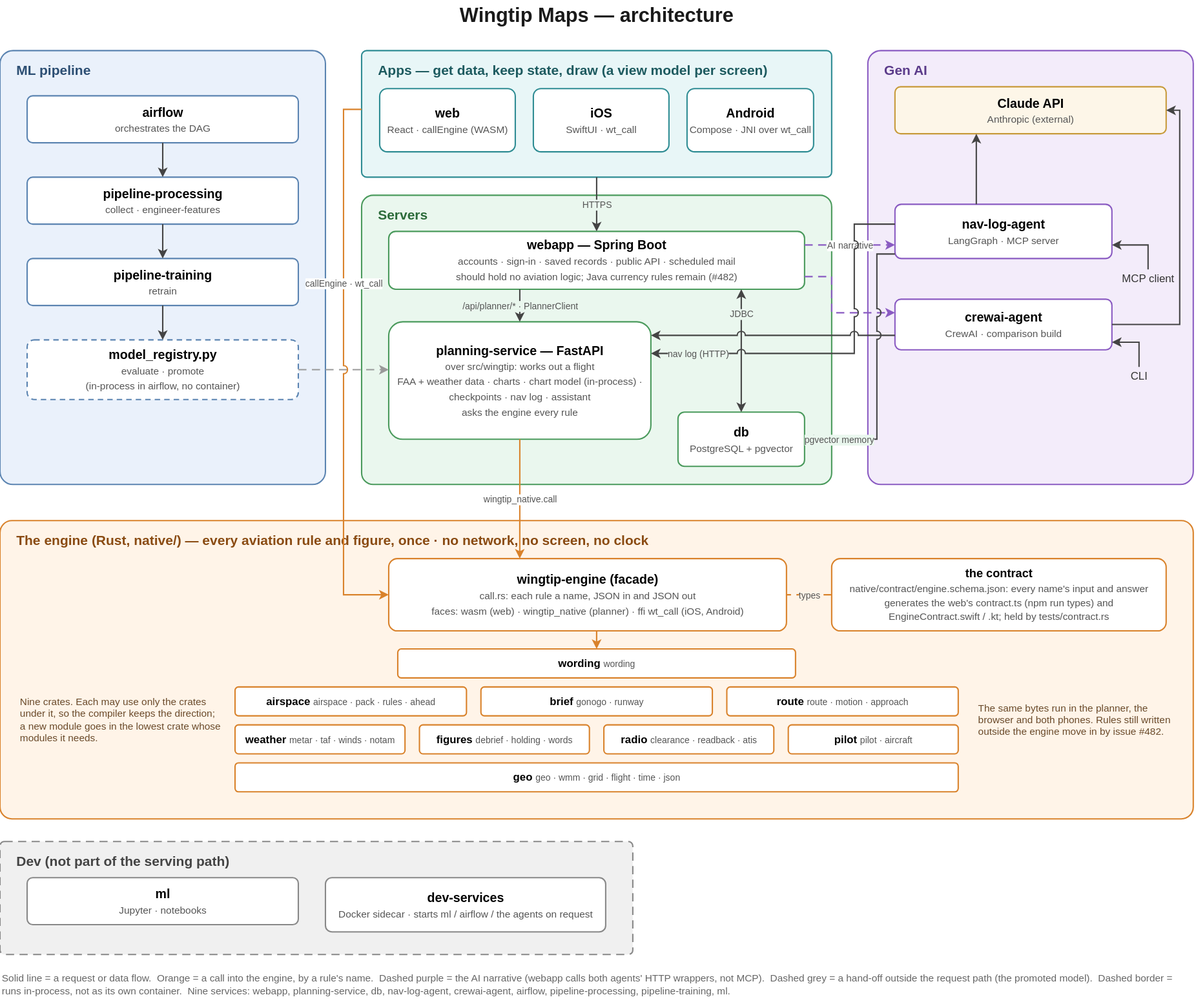
Before: docs/architecture-current.svg, a diagram exported from draw.io (asdaq-samir/flight_plan). Source tidied: cells renumbered, new cells last; positions are measured from the earlier drawing's top-left corner, leaving out a move shared by most shapes.
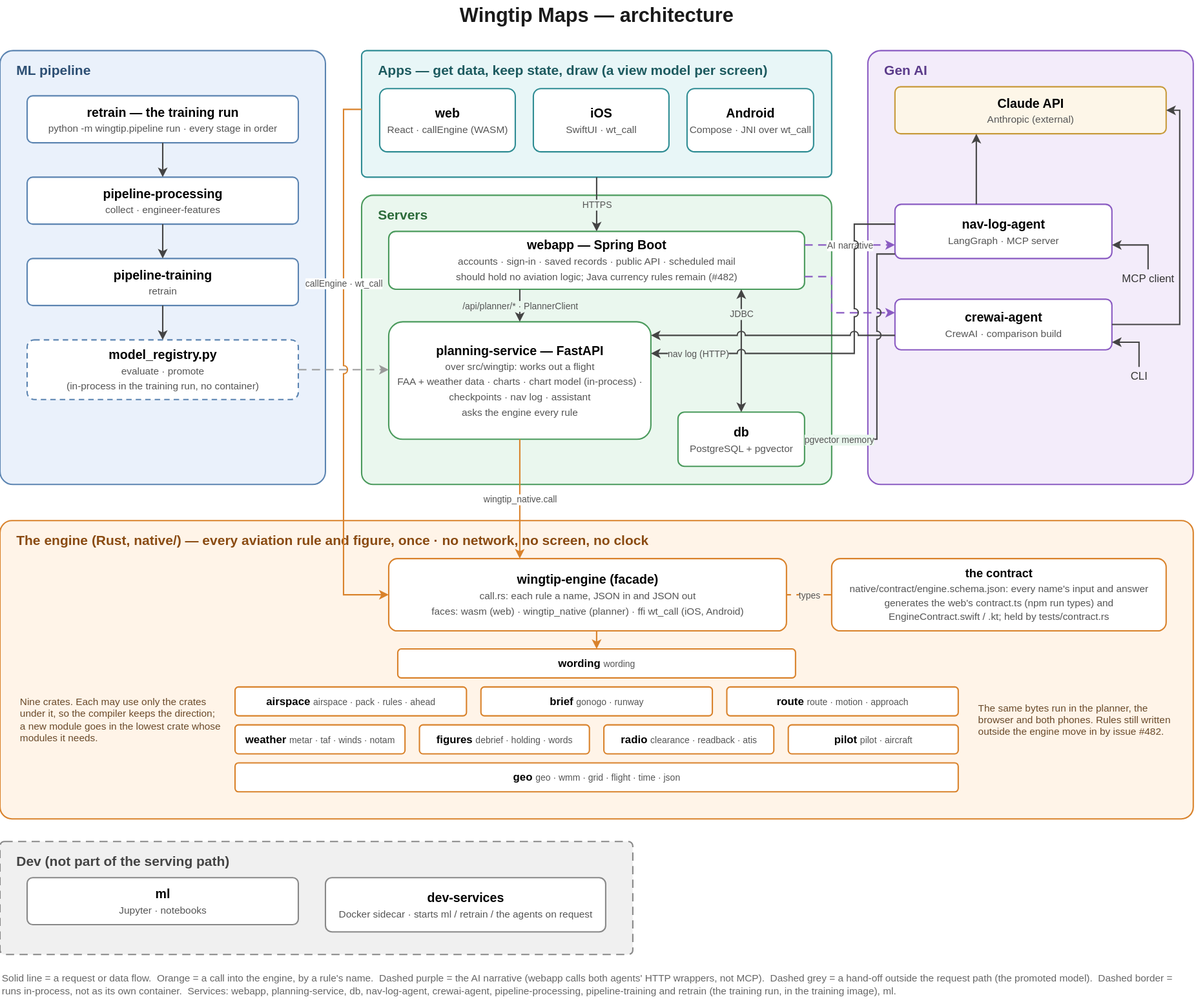
After the change.

What changed in the source:
```diff
@@ -23,16 +23,16 @@
     <mxCell id="8" value="Dev (not part of the serving path)" style="rounded=1;arcSize=4;whiteSpace=wrap;html=1;fillColor=#F0F0F0;strokeColor=#888888;strokeWidth=1.5;verticalAlign=top;align=left;spacingLeft=16;spacingTop=6;fontSize=15;fontStyle=1;fontColor=#444444;dashed=1;dashPattern=6 4;" parent="1" vertex="1">
       <mxGeometry y="931" width="700" height="125" as="geometry" />
     </mxCell>
-    <mxCell id="9" value="&lt;b&gt;airflow&lt;/b&gt;&lt;br&gt;&lt;span style=&quot;font-size:11px;color:#555555;&quot;&gt;orchestrates the DAG&lt;/span&gt;" style="rounded=1;arcSize=12;whiteSpace=wrap;html=1;fillColor=#FFFFFF;strokeColor=#5B84B1;strokeWidth=1.5;fontSize=14;" parent="1" vertex="1">
-      <mxGeometry x="30" y="106" width="300" height="52" as="geometry" />
-    </mxCell>
+    <mxCell id="60" value="&lt;b&gt;retrain — the training run&lt;/b&gt;&lt;br&gt;&lt;span style=&quot;font-size:11px;color:#555555;&quot;&gt;python -m wingtip.pipeline run · every stage in order&lt;/span&gt;" style="rounded=1;arcSize=12;whiteSpace=wrap;html=1;fillColor=#FFFFFF;strokeColor=#5B84B1;strokeWidth=1.5;fontSize=14;" parent="1" vertex="1">
+      <mxGeometry x="30" y="106" width="300" height="52" as="geometry" />
+    </mxCell>
     <mxCell id="10" value="&lt;b&gt;pipeline-processing&lt;/b&gt;&lt;br&gt;&lt;span style=&quot;font-size:11px;color:#555555;&quot;&gt;collect · engineer-features&lt;/span&gt;" style="rounded=1;arcSize=12;whiteSpace=wrap;html=1;fillColor=#FFFFFF;strokeColor=#5B84B1;strokeWidth=1.5;fontSize=14;" parent="1" vertex="1">
       <mxGeometry x="30" y="196" width="300" height="52" as="geometry" />
     </mxCell>
     <mxCell id="11" value="&lt;b&gt;pipeline-training&lt;/b&gt;&lt;br&gt;&lt;span style=&quot;font-size:11px;color:#555555;&quot;&gt;retrain&lt;/span&gt;" style="rounded=1;arcSize=12;whiteSpace=wrap;html=1;fillColor=#FFFFFF;strokeColor=#5B84B1;strokeWidth=1.5;fontSize=14;" parent="1" vertex="1">
       <mxGeometry x="30" y="286" width="300" height="52" as="geometry" />
     </mxCell>
-    <mxCell id="12" value="&lt;b&gt;model_registry.py&lt;/b&gt;&lt;br&gt;&lt;span style=&quot;font-size:11px;color:#555555;&quot;&gt;evaluate · promote&lt;/span&gt;&lt;br&gt;&lt;span style=&quot;font-size:11px;color:#555555;&quot;&gt;(in-process in airflow, no container)&lt;/span&gt;" style="rounded=1;arcSize=12;whiteSpace=wrap;html=1;fillColor=#FFFFFF;strokeColor=#5B84B1;strokeWidth=1.5;fontSize=14;dashed=1;dashPattern=4 3;" parent="1" vertex="1">
+    <mxCell id="12" value="&lt;b&gt;model_registry.py&lt;/b&gt;&lt;br&gt;&lt;span style=&quot;font-size:11px;color:#555555;&quot;&gt;evaluate · promote&lt;/span&gt;&lt;br&gt;&lt;span style=&quot;font-size:11px;color:#555555;&quot;&gt;(in-process in the training run, no container)&lt;/span&gt;" style="rounded=1;arcSize=12;whiteSpace=wrap;html=1;fillColor=#FFFFFF;strokeColor=#5B84B1;strokeWidth=1.5;fontSize=14;dashed=1;dashPattern=4 3;" parent="1" vertex="1">
       <mxGeometry x="30" y="376" width="300" height="66" as="geometry" />
     </mxCell>
     <mxCell id="13" value="&lt;b&gt;web&lt;/b&gt;&lt;br&gt;&lt;span style=&quot;font-size:11px;color:#555555;&quot;&gt;React · callEngine (WASM)&lt;/span&gt;" style="rounded=1;arcSize=12;whiteSpace=wrap;html=1;fillColor=#FFFFFF;strokeColor=#2E8C93;strokeWidth=1.5;fontSize=14;" parent="1" vertex="1">
@@ -110,12 +110,12 @@
     <mxCell id="37" value="&lt;b&gt;ml&lt;/b&gt;&lt;br&gt;&lt;span style=&quot;font-size:11px;color:#555555;&quot;&gt;Jupyter · notebooks&lt;/span&gt;" style="rounded=1;arcSize=12;whiteSpace=wrap;html=1;fillColor=#FFFFFF;strokeColor=#888888;strokeWidth=1.5;fontSize=14;" parent="1" vertex="1">
       <mxGeometry x="30" y="971" width="300" height="52" as="geometry" />
     </mxCell>
-    <mxCell id="38" value="&lt;b&gt;dev-services&lt;/b&gt;&lt;br&gt;&lt;span style=&quot;font-size:11px;color:#555555;&quot;&gt;Docker sidecar · starts ml / airflow / the agents on request&lt;/span&gt;" style="rounded=1;arcSize=12;whiteSpace=wrap;html=1;fillColor=#FFFFFF;strokeColor=#888888;strokeWidth=1.5;fontSize=14;" parent="1" vertex="1">
+    <mxCell id="38" value="&lt;b&gt;dev-services&lt;/b&gt;&lt;br&gt;&lt;span style=&quot;font-size:11px;color:#555555;&quot;&gt;Docker sidecar · starts ml / retrain / the agents on request&lt;/span&gt;" style="rounded=1;arcSize=12;whiteSpace=wrap;html=1;fillColor=#FFFFFF;strokeColor=#888888;strokeWidth=1.5;fontSize=14;" parent="1" vertex="1">
       <mxGeometry x="360" y="971" width="310" height="60" as="geometry" />
     </mxCell>
-    <mxCell id="39" style="edgeStyle=orthogonalEdgeStyle;rounded=0;html=1;jumpStyle=arc;jumpSize=8;strokeColor=#444444;strokeWidth=1.5;exitX=0.5000;exitY=1.0000;exitDx=0;exitDy=0;entryX=0.5000;entryY=0.0000;entryDx=0;entryDy=0;fontSize=10;fontColor=#555555;labelBackgroundColor=#FFFFFF;endArrow=classic;endFill=1;" parent="1" edge="1" source="9" target="10">
-      <mxGeometry relative="1" as="geometry" />
-    </mxCell>
+    <mxCell id="61" style="edgeStyle=orthogonalEdgeStyle;rounded=0;html=1;jumpStyle=arc;jumpSize=8;strokeColor=#444444;strokeWidth=1.5;exitX=0.5000;exitY=1.0000;exitDx=0;exitDy=0;entryX=0.5000;entryY=0.0000;entryDx=0;entryDy=0;fontSize=10;fontColor=#555555;labelBackgroundColor=#FFFFFF;endArrow=classic;endFill=1;" parent="1" edge="1" source="60" target="10">
+      <mxGeometry relative="1" as="geometry" />
+    </mxCell>
     <mxCell id="40" style="edgeStyle=orthogonalEdgeStyle;rounded=0;html=1;jumpStyle=arc;jumpSize=8;strokeColor=#444444;strokeWidth=1.5;exitX=0.5000;exitY=1.0000;exitDx=0;exitDy=0;entryX=0.5000;entryY=0.0000;entryDx=0;entryDy=0;fontSize=10;fontColor=#555555;labelBackgroundColor=#FFFFFF;endArrow=classic;endFill=1;" parent="1" edge="1" source="10" target="11">
       <mxGeometry relative="1" as="geometry" />
     </mxCell>
@@ -206,7 +206,7 @@
         </Array>
       </mxGeometry>
     </mxCell>
-    <mxCell id="59" value="Solid line = a request or data flow.&amp;nbsp; Orange = a call into the engine, by a rule's name.&amp;nbsp; Dashed purple = the AI narrative (webapp calls both agents' HTTP wrappers, not MCP).&amp;nbsp; Dashed grey = a hand-off outside the request path (the promoted model).&amp;nbsp; Dashed border = runs in-process, not as its own container.&amp;nbsp; Nine services: webapp, planning-service, db, nav-log-agent, crewai-agent, airflow, pipeline-processing, pipeline-training, ml." style="text;html=1;whiteSpace=wrap;align=left;verticalAlign=middle;fontSize=11;fontColor=#666666;" parent="1" vertex="1">
+    <mxCell id="59" value="Solid line = a request or data flow.&amp;nbsp; Orange = a call into the engine, by a rule's name.&amp;nbsp; Dashed purple = the AI narrative (webapp calls both agents' HTTP wrappers, not MCP).&amp;nbsp; Dashed grey = a hand-off outside the request path (the promoted model).&amp;nbsp; Dashed border = runs in-process, not as its own container.&amp;nbsp; Services: webapp, planning-service, db, nav-log-agent, crewai-agent, pipeline-processing, pipeline-training and retrain (the training run, in the training image), ml." style="text;html=1;whiteSpace=wrap;align=left;verticalAlign=middle;fontSize=11;fontColor=#666666;" parent="1" vertex="1">
       <mxGeometry y="1066" width="1320" height="46" as="geometry" />
     </mxCell>
   </root>
```
